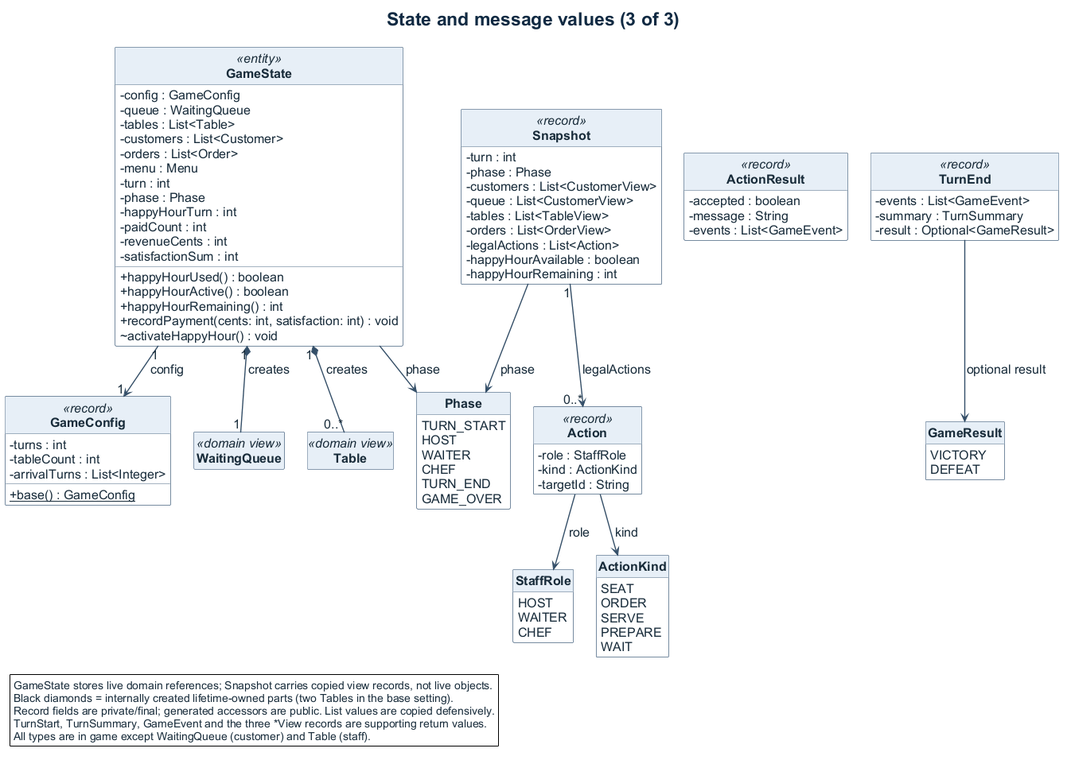
Above: docs/diagrams/exports/class-state.png in respoopu/SC2002-lab-assignment-final (PlantUML), before the change. Its source is kept beside it as docs/diagrams/class-state.puml.
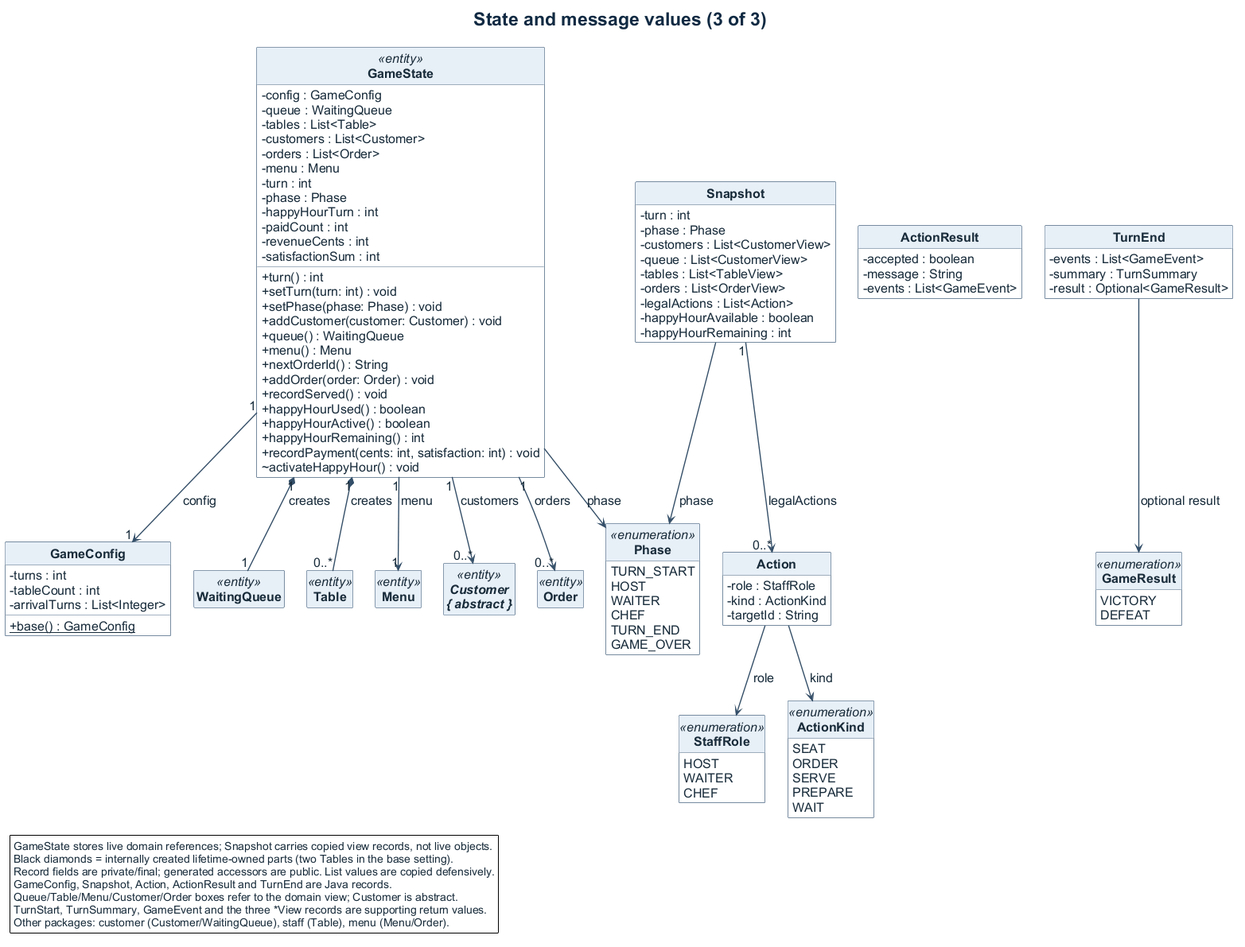
After the commit.

Commit message:
docs(uml): align class notation and members with reviewed design

The edit, as a diff of the source:
```diff
@@ -16,21 +16,33 @@
   -paidCount : int
   -revenueCents : int
   -satisfactionSum : int
+  +turn() : int
+  +setTurn(turn: int) : void
+  +setPhase(phase: Phase) : void
+  +addCustomer(customer: Customer) : void
+  +queue() : WaitingQueue
+  +menu() : Menu
+  +nextOrderId() : String
+  +addOrder(order: Order) : void
+  +recordServed() : void
   +happyHourUsed() : boolean
   +happyHourActive() : boolean
   +happyHourRemaining() : int
   +recordPayment(cents: int, satisfaction: int) : void
   ~activateHappyHour() : void
 }
-class GameConfig <<record>> {
+class GameConfig {
   -turns : int
   -tableCount : int
   -arrivalTurns : List<Integer>
   +{static} base() : GameConfig
 }
-class WaitingQueue <<domain view>>
-class Table <<domain view>>
-class Snapshot <<record>> {
+class WaitingQueue <<entity>>
+class Table <<entity>>
+class Menu <<entity>>
+abstract class "Customer\n{ abstract }" as Customer <<entity>>
+class Order <<entity>>
+class Snapshot {
   -turn : int
   -phase : Phase
   -customers : List<CustomerView>
@@ -41,22 +53,22 @@
   -happyHourAvailable : boolean
   -happyHourRemaining : int
 }
-class Action <<record>> {
+class Action {
   -role : StaffRole
   -kind : ActionKind
   -targetId : String
 }
-class ActionResult <<record>> {
+class ActionResult {
   -accepted : boolean
   -message : String
   -events : List<GameEvent>
 }
-class TurnEnd <<record>> {
+class TurnEnd {
   -events : List<GameEvent>
   -summary : TurnSummary
   -result : Optional<GameResult>
 }
-enum Phase {
+enum Phase <<enumeration>> {
   TURN_START
   HOST
   WAITER
@@ -64,25 +76,28 @@
   TURN_END
   GAME_OVER
 }
-enum StaffRole {
+enum StaffRole <<enumeration>> {
   HOST
   WAITER
   CHEF
 }
-enum ActionKind {
+enum ActionKind <<enumeration>> {
   SEAT
   ORDER
   SERVE
   PREPARE
   WAIT
 }
-enum GameResult {
+enum GameResult <<enumeration>> {
   VICTORY
   DEFEAT
 }
 GameState "1" *-- "1" WaitingQueue : creates
 GameState "1" *-- "0..*" Table : creates
 GameState "1" --> "1" GameConfig : config
+GameState "1" --> "1" Menu : menu
+GameState "1" --> "0..*" Customer : customers
+GameState "1" --> "0..*" Order : orders
 GameState --> Phase : phase
 Snapshot --> Phase : phase
 Snapshot "1" --> "0..*" Action : legalActions
@@ -95,7 +110,9 @@
   GameState stores live domain references; Snapshot carries copied view records, not live objects.
   Black diamonds = internally created lifetime-owned parts (two Tables in the base setting).
   Record fields are private/final; generated accessors are public. List values are copied defensively.
+  GameConfig, Snapshot, Action, ActionResult and TurnEnd are Java records.
+  Queue/Table/Menu/Customer/Order boxes refer to the domain view; Customer is abstract.
   TurnStart, TurnSummary, GameEvent and the three *View records are supporting return values.
-  All types are in game except WaitingQueue (customer) and Table (staff).
+  Other packages: customer (Customer/WaitingQueue), staff (Table), menu (Menu/Order).
 endlegend
 @enduml
```
